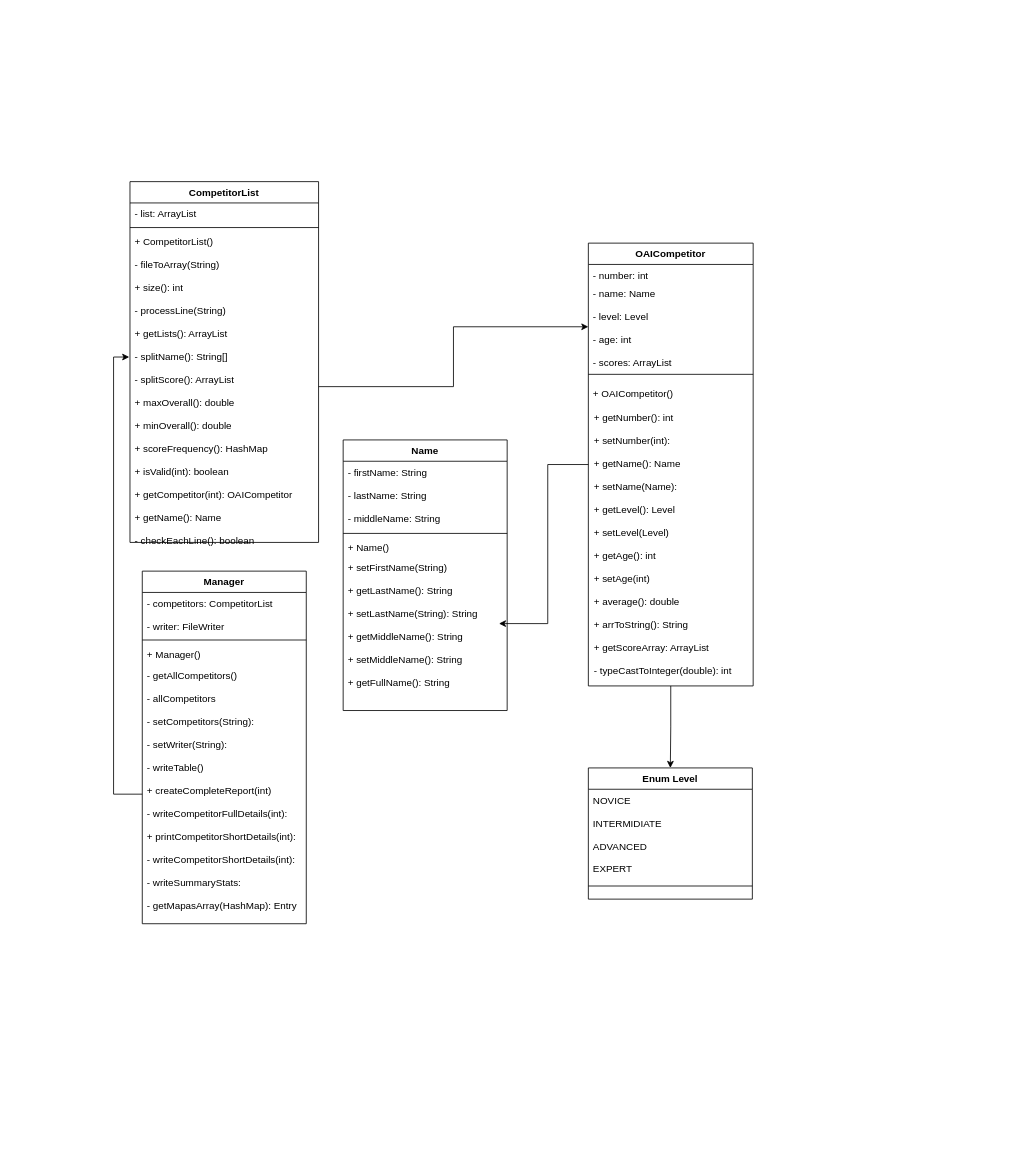
Above: Untitled Diagram.drawio in AkinwandeVue/DemoApp (draw.io), before the change. Source tidied: cells renumbered, new cells numbered last; positions are measured from the earlier drawing's top-left corner, leaving out a move shared by most shapes. Both pictures are drawn from the tidied source at 82%, with x=0, y=0 at pixel (130, 181).
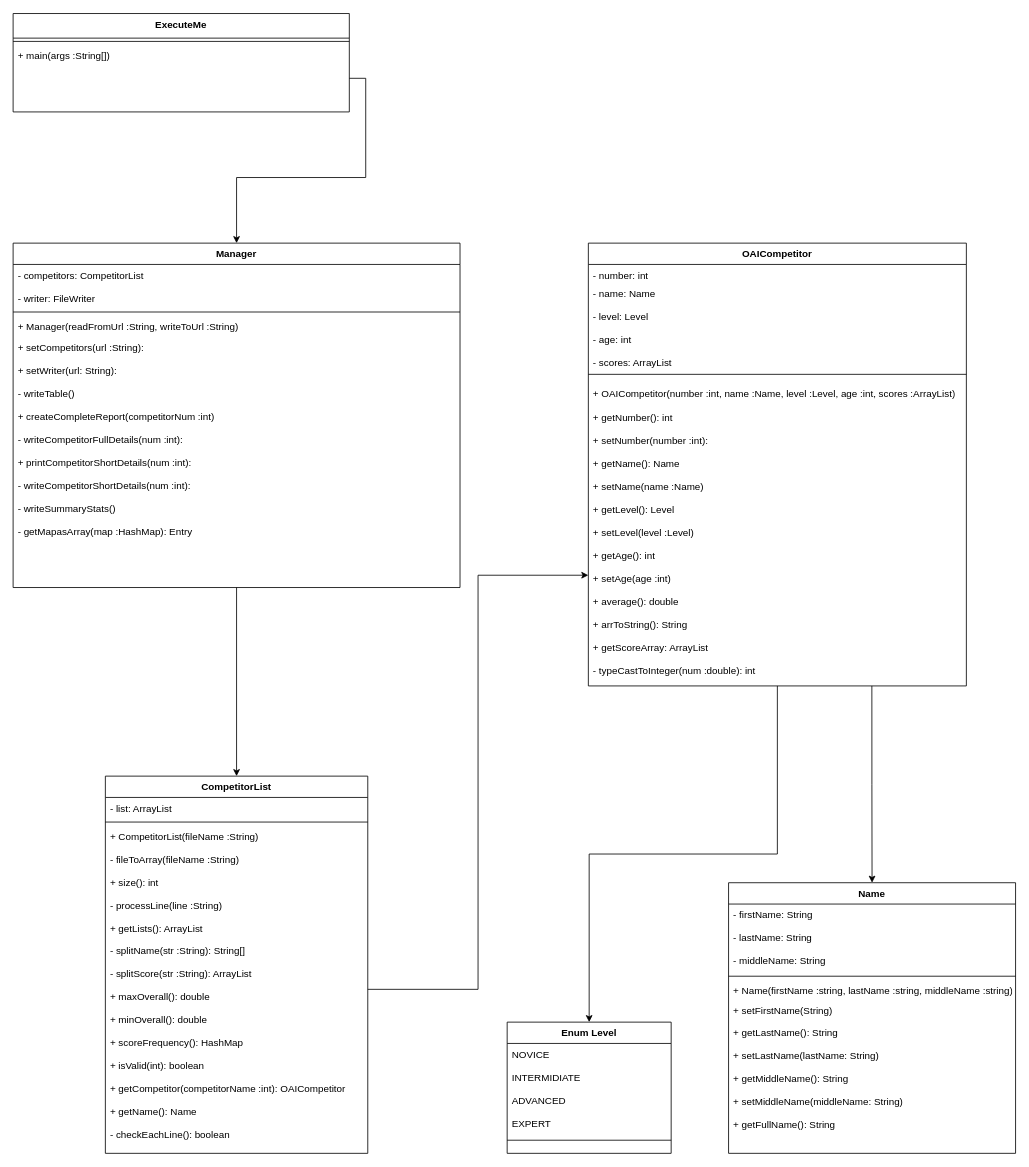
After the change.

The edit, as a diff of the source:
```diff
@@
+    <mxCell id="6" value="+ getNumber(): int&#10;&#10;+ setNumber(number :int):&#10;&#10;+ getName(): Name&#10;&#10;+ setName(name :Name)&#10;&#10;+ getLevel(): Level&#10;&#10;+ setLevel(level :Level)&#10;&#10;+ getAge(): int&#10;&#10;+ setAge(age :int)&#10;&#10;+ average(): double&#10;&#10;+ arrToString(): String&#10;&#10;+ getScoreArray: ArrayList&#10;&#10;- typeCastToInteger(num :double): int" style="text;align=left;verticalAlign=top;spacingLeft=4;spacingRight=4;overflow=hidden;" parent="1" vertex="1">
+      <mxGeometry x="559" y="275" width="461" height="340" as="geometry" />
+    </mxCell>
+    <mxCell id="7" value="+ OAICompetitor(number :int, name :Name, level :Level, age :int, scores :ArrayList)" style="text;align=left;verticalAlign=top;spacingLeft=4;spacingRight=4;overflow=hidden;fontStyle=0;" parent="1" vertex="1">
+      <mxGeometry x="559" y="245" width="451" height="20" as="geometry" />
+    </mxCell>
+    <mxCell id="9" style="edgeStyle=orthogonalEdgeStyle;rounded=0;jettySize=auto;html=1;exitX=0.5;exitY=1;exitDx=0;exitDy=0;entryX=0.5;entryY=0;entryDx=0;entryDy=0;" parent="1" edge="1" source="10" target="14">
+      <mxGeometry relative="1" as="geometry" />
+    </mxCell>
+    <mxCell id="29" style="edgeStyle=orthogonalEdgeStyle;rounded=0;jettySize=auto;html=1;exitX=0.75;exitY=1;exitDx=0;exitDy=0;entryX=0.5;entryY=0;entryDx=0;entryDy=0;" parent="1" edge="1" source="10" target="24">
+      <mxGeometry relative="1" as="geometry" />
+    </mxCell>
+    <mxCell id="10" value="OAICompetitor" style="swimlane;fontStyle=1;align=center;verticalAlign=top;horizontal=1;startSize=26;rounded=0;shadow=0;strokeWidth=1;" parent="1" vertex="1">
+      <mxGeometry x="559" y="75" width="461" height="540" as="geometry" />
+    </mxCell>
+    <mxCell id="11" value="- number: int&#10;&#10;&#10;" style="text;align=left;verticalAlign=top;spacingLeft=4;spacingRight=4;overflow=hidden;" parent="10" vertex="1">
+      <mxGeometry y="26" width="461" height="22" as="geometry" />
+    </mxCell>
+    <mxCell id="12" value="- name: Name&#10;&#10;- level: Level&#10;&#10;- age: int&#10;&#10;- scores: ArrayList&#10;&#10;&#10;" style="text;align=left;verticalAlign=top;spacingLeft=4;spacingRight=4;overflow=hidden;points=[[0,0.5],[1,0.5]];portConstraint=eastwest;rounded=0;shadow=0;html=0;" parent="10" vertex="1">
+      <mxGeometry y="48" width="461" height="108" as="geometry" />
+    </mxCell>
+    <mxCell id="13" style="line;html=1;strokeWidth=1;align=left;verticalAlign=middle;spacingTop=-1;spacingLeft=3;spacingRight=3;labelPosition=right;" parent="10" vertex="1">
+      <mxGeometry y="156" width="461" height="8" as="geometry" />
+    </mxCell>
+    <mxCell id="30" style="edgeStyle=orthogonalEdgeStyle;rounded=0;jettySize=auto;html=1;exitX=0.5;exitY=1;exitDx=0;exitDy=0;entryX=0.5;entryY=0;entryDx=0;entryDy=0;" parent="1" edge="1" source="17" target="2">
+      <mxGeometry relative="1" as="geometry" />
+    </mxCell>
     <mxCell id="2" value="CompetitorList" style="swimlane;fontStyle=1;align=center;verticalAlign=top;horizontal=1;startSize=26;rounded=0;shadow=0;strokeWidth=1;" parent="1" vertex="1">
-      <mxGeometry width="230" height="440" as="geometry" />
+      <mxGeometry x="-30" y="725" width="320" height="460" as="geometry" />
     </mxCell>
     <mxCell id="3" value="- list: ArrayList" style="text;align=left;verticalAlign=top;spacingLeft=4;spacingRight=4;overflow=hidden;" parent="2" vertex="1">
-      <mxGeometry y="26" width="230" height="26" as="geometry" />
+      <mxGeometry y="26" width="320" height="26" as="geometry" />
     </mxCell>
     <mxCell id="4" style="line;html=1;strokeWidth=1;align=left;verticalAlign=middle;spacingTop=-1;spacingLeft=3;spacingRight=3;labelPosition=right;" parent="2" vertex="1">
-      <mxGeometry y="52" width="230" height="8" as="geometry" />
+      <mxGeometry y="52" width="320" height="8" as="geometry" />
     </mxCell>
-    <mxCell id="5" value="+ CompetitorList()&#10;&#10;- fileToArray(String)&#10;&#10;+ size(): int&#10;&#10;- processLine(String)&#10;&#10;+ getLists(): ArrayList&#10;&#10;- splitName(): String[]&#10;&#10;- splitScore(): ArrayList&#10;&#10;+ maxOverall(): double&#10;&#10;+ minOverall(): double&#10;&#10;+ scoreFrequency(): HashMap&#10;&#10;+ isValid(int): boolean&#10;&#10;+ getCompetitor(int): OAICompetitor&#10;&#10;+ getName(): Name&#10;&#10;- checkEachLine(): boolean" style="text;align=left;verticalAlign=top;spacingLeft=4;spacingRight=4;overflow=hidden;points=[[0,0.5],[1,0.5]];portConstraint=eastwest;" parent="2" vertex="1">
-      <mxGeometry y="60" width="230" height="380" as="geometry" />
+    <mxCell id="5" value="+ CompetitorList(fileName :String)&#10;&#10;- fileToArray(fileName :String)&#10;&#10;+ size(): int&#10;&#10;- processLine(line :String)&#10;&#10;+ getLists(): ArrayList&#10;&#10;- splitName(str :String): String[]&#10;&#10;- splitScore(str :String): ArrayList&#10;&#10;+ maxOverall(): double&#10;&#10;+ minOverall(): double&#10;&#10;+ scoreFrequency(): HashMap&#10;&#10;+ isValid(int): boolean&#10;&#10;+ getCompetitor(competitorName :int): OAICompetitor&#10;&#10;+ getName(): Name&#10;&#10;- checkEachLine(): boolean" style="text;align=left;verticalAlign=top;spacingLeft=4;spacingRight=4;overflow=hidden;points=[[0,0.5],[1,0.5]];portConstraint=eastwest;" parent="2" vertex="1">
+      <mxGeometry y="60" width="320" height="400" as="geometry" />
     </mxCell>
-    <mxCell id="6" value="+ getNumber(): int&#10;&#10;+ setNumber(int):&#10;&#10;+ getName(): Name&#10;&#10;+ setName(Name):&#10;&#10;+ getLevel(): Level&#10;&#10;+ setLevel(Level)&#10;&#10;+ getAge(): int&#10;&#10;+ setAge(int)&#10;&#10;+ average(): double&#10;&#10;+ arrToString(): String&#10;&#10;+ getScoreArray: ArrayList&#10;&#10;- typeCastToInteger(double): int" style="text;align=left;verticalAlign=top;spacingLeft=4;spacingRight=4;overflow=hidden;" parent="1" vertex="1">
-      <mxGeometry x="560" y="275" width="200" height="340" as="geometry" />
-    </mxCell>
-    <mxCell id="7" value="+ OAICompetitor()" style="text;align=left;verticalAlign=top;spacingLeft=4;spacingRight=4;overflow=hidden;fontStyle=0;" parent="1" vertex="1">
-      <mxGeometry x="559" y="245" width="160" height="30" as="geometry" />
-    </mxCell>
-    <mxCell id="8" style="edgeStyle=orthogonalEdgeStyle;rounded=0;jettySize=auto;html=1;exitX=0;exitY=0.5;exitDx=0;exitDy=0;entryX=0.95;entryY=0.506;entryDx=0;entryDy=0;entryPerimeter=0;" parent="1" edge="1" source="10" target="28">
-      <mxGeometry relative="1" as="geometry" />
-    </mxCell>
-    <mxCell id="9" style="edgeStyle=orthogonalEdgeStyle;rounded=0;jettySize=auto;html=1;exitX=0.5;exitY=1;exitDx=0;exitDy=0;entryX=0.5;entryY=0;entryDx=0;entryDy=0;" parent="1" edge="1" source="10" target="14">
-      <mxGeometry relative="1" as="geometry" />
-    </mxCell>
-    <mxCell id="10" value="OAICompetitor" style="swimlane;fontStyle=1;align=center;verticalAlign=top;horizontal=1;startSize=26;rounded=0;shadow=0;strokeWidth=1;" parent="1" vertex="1">
-      <mxGeometry x="559" y="75" width="201" height="540" as="geometry" />
-    </mxCell>
-    <mxCell id="11" value="- number: int&#10;&#10;&#10;" style="text;align=left;verticalAlign=top;spacingLeft=4;spacingRight=4;overflow=hidden;" parent="10" vertex="1">
-      <mxGeometry y="26" width="201" height="22" as="geometry" />
-    </mxCell>
-    <mxCell id="12" value="- name: Name&#10;&#10;- level: Level&#10;&#10;- age: int&#10;&#10;- scores: ArrayList&#10;&#10;&#10;" style="text;align=left;verticalAlign=top;spacingLeft=4;spacingRight=4;overflow=hidden;points=[[0,0.5],[1,0.5]];portConstraint=eastwest;rounded=0;shadow=0;html=0;" parent="10" vertex="1">
-      <mxGeometry y="48" width="201" height="108" as="geometry" />
-    </mxCell>
-    <mxCell id="13" style="line;html=1;strokeWidth=1;align=left;verticalAlign=middle;spacingTop=-1;spacingLeft=3;spacingRight=3;labelPosition=right;" parent="10" vertex="1">
-      <mxGeometry y="156" width="201" height="8" as="geometry" />
-    </mxCell>
+    <mxCell id="31" style="edgeStyle=orthogonalEdgeStyle;rounded=0;jettySize=auto;html=1;exitX=1;exitY=0.5;exitDx=0;exitDy=0;entryX=0;entryY=0.75;entryDx=0;entryDy=0;" parent="1" edge="1" source="5" target="10">
+      <mxGeometry relative="1" as="geometry" />
+    </mxCell>
+    <mxCell id="24" value="Name" style="swimlane;fontStyle=1;align=center;verticalAlign=top;horizontal=1;startSize=26;rounded=0;shadow=0;strokeWidth=1;" parent="1" vertex="1">
+      <mxGeometry x="730" y="855" width="350" height="330" as="geometry" />
+    </mxCell>
+    <mxCell id="25" value="- firstName: String&#10;&#10;- lastName: String&#10;&#10;- middleName: String" style="text;align=left;verticalAlign=top;spacingLeft=4;spacingRight=4;overflow=hidden;rounded=0;shadow=0;html=0;" parent="24" vertex="1">
+      <mxGeometry y="26" width="350" height="84" as="geometry" />
+    </mxCell>
+    <mxCell id="26" style="line;html=1;strokeWidth=1;align=left;verticalAlign=middle;spacingTop=-1;spacingLeft=3;spacingRight=3;labelPosition=right;" parent="24" vertex="1">
+      <mxGeometry y="110" width="350" height="8" as="geometry" />
+    </mxCell>
+    <mxCell id="27" value="+ Name(firstName :string, lastName :string, middleName :string)" style="text;align=left;verticalAlign=top;spacingLeft=4;spacingRight=4;overflow=hidden;" parent="24" vertex="1">
+      <mxGeometry y="118" width="350" height="24" as="geometry" />
+    </mxCell>
+    <mxCell id="28" value="+ setFirstName(String)&#10;&#10;+ getLastName(): String&#10;&#10;+ setLastName(lastName: String)&#10;&#10;+ getMiddleName(): String&#10;&#10;+ setMiddleName(middleName: String)&#10;&#10;+ getFullName(): String" style="text;align=left;verticalAlign=top;spacingLeft=4;spacingRight=4;overflow=hidden;points=[[0,0.5],[1,0.5]];portConstraint=eastwest;" parent="24" vertex="1">
+      <mxGeometry y="142" width="350" height="164" as="geometry" />
+    </mxCell>
     <mxCell id="14" value="Enum Level" style="swimlane;fontStyle=1;align=center;verticalAlign=top;horizontal=1;startSize=26;rounded=0;shadow=0;strokeWidth=1;" parent="1" vertex="1">
-      <mxGeometry x="559" y="715" width="200" height="160" as="geometry" />
+      <mxGeometry x="460" y="1025" width="200" height="160" as="geometry" />
     </mxCell>
@@
     <mxCell id="17" value="Manager" style="swimlane;fontStyle=1;align=center;verticalAlign=top;horizontal=1;startSize=26;rounded=0;shadow=0;strokeWidth=1;" parent="1" vertex="1">
-      <mxGeometry x="15" y="475" width="200" height="430" as="geometry" />
+      <mxGeometry x="-142.5" y="75" width="545" height="420" as="geometry" />
     </mxCell>
     <mxCell id="18" value="- competitors: CompetitorList&#10;&#10;- writer: FileWriter&#10;" style="text;align=left;verticalAlign=top;spacingLeft=4;spacingRight=4;overflow=hidden;rounded=0;shadow=0;html=0;" parent="17" vertex="1">
-      <mxGeometry y="26" width="200" height="54" as="geometry" />
+      <mxGeometry y="26" width="545" height="54" as="geometry" />
     </mxCell>
     <mxCell id="19" style="line;html=1;strokeWidth=1;align=left;verticalAlign=middle;spacingTop=-1;spacingLeft=3;spacingRight=3;labelPosition=right;" parent="17" vertex="1">
-      <mxGeometry y="80" width="200" height="8" as="geometry" />
+      <mxGeometry y="80" width="545" height="8" as="geometry" />
     </mxCell>
-    <mxCell id="20" value="+ Manager()" style="text;align=left;verticalAlign=top;spacingLeft=4;spacingRight=4;overflow=hidden;" parent="17" vertex="1">
-      <mxGeometry y="88" width="200" height="26" as="geometry" />
+    <mxCell id="20" value="+ Manager(readFromUrl :String, writeToUrl :String)" style="text;align=left;verticalAlign=top;spacingLeft=4;spacingRight=4;overflow=hidden;" parent="17" vertex="1">
+      <mxGeometry y="88" width="545" height="26" as="geometry" />
     </mxCell>
-    <mxCell id="21" value="- getAllCompetitors()&#10;&#10;- allCompetitors&#10;&#10;- setCompetitors(String):  &#10;&#10;- setWriter(String):&#10;&#10;- writeTable()&#10;&#10;+ createCompleteReport(int)&#10;&#10;- writeCompetitorFullDetails(int):&#10;&#10;+ printCompetitorShortDetails(int):&#10;&#10;- writeCompetitorShortDetails(int):&#10;&#10;- writeSummaryStats:&#10;&#10;- getMapasArray(HashMap): Entry" style="text;align=left;verticalAlign=top;spacingLeft=4;spacingRight=4;overflow=hidden;points=[[0,0.5],[1,0.5]];portConstraint=eastwest;" parent="17" vertex="1">
-      <mxGeometry y="114" width="200" height="316" as="geometry" />
+    <mxCell id="21" value="+ setCompetitors(url :String):  &#10;&#10;+ setWriter(url: String):&#10;&#10;- writeTable()&#10;&#10;+ createCompleteReport(competitorNum :int)&#10;&#10;- writeCompetitorFullDetails(num :int):&#10;&#10;+ printCompetitorShortDetails(num :int):&#10;&#10;- writeCompetitorShortDetails(num :int):&#10;&#10;- writeSummaryStats()&#10;&#10;- getMapasArray(map :HashMap): Entry" style="text;align=left;verticalAlign=top;spacingLeft=4;spacingRight=4;overflow=hidden;points=[[0,0.5],[1,0.5]];portConstraint=eastwest;" parent="17" vertex="1">
+      <mxGeometry y="114" width="545" height="266" as="geometry" />
     </mxCell>
-    <mxCell id="22" style="edgeStyle=orthogonalEdgeStyle;rounded=0;jettySize=auto;html=1;exitX=0;exitY=0.5;exitDx=0;exitDy=0;entryX=-0.004;entryY=0.405;entryDx=0;entryDy=0;entryPerimeter=0;" parent="1" edge="1" source="21" target="5">
-      <mxGeometry relative="1" as="geometry" />
-    </mxCell>
-    <mxCell id="23" style="edgeStyle=orthogonalEdgeStyle;rounded=0;jettySize=auto;html=1;exitX=1;exitY=0.5;exitDx=0;exitDy=0;entryX=0;entryY=0.5;entryDx=0;entryDy=0;" parent="1" edge="1" source="5" target="12">
-      <mxGeometry relative="1" as="geometry" />
-    </mxCell>
-    <mxCell id="24" value="Name" style="swimlane;fontStyle=1;align=center;verticalAlign=top;horizontal=1;startSize=26;rounded=0;shadow=0;strokeWidth=1;" parent="1" vertex="1">
-      <mxGeometry x="260" y="315" width="200" height="330" as="geometry" />
-    </mxCell>
-    <mxCell id="25" value="- firstName: String&#10;&#10;- lastName: String&#10;&#10;- middleName: String" style="text;align=left;verticalAlign=top;spacingLeft=4;spacingRight=4;overflow=hidden;rounded=0;shadow=0;html=0;" parent="24" vertex="1">
-      <mxGeometry y="26" width="200" height="84" as="geometry" />
-    </mxCell>
-    <mxCell id="26" style="line;html=1;strokeWidth=1;align=left;verticalAlign=middle;spacingTop=-1;spacingLeft=3;spacingRight=3;labelPosition=right;" parent="24" vertex="1">
-      <mxGeometry y="110" width="200" height="8" as="geometry" />
-    </mxCell>
-    <mxCell id="27" value="+ Name()" style="text;align=left;verticalAlign=top;spacingLeft=4;spacingRight=4;overflow=hidden;" parent="24" vertex="1">
-      <mxGeometry y="118" width="200" height="24" as="geometry" />
-    </mxCell>
-    <mxCell id="28" value="+ setFirstName(String)&#10;&#10;+ getLastName(): String&#10;&#10;+ setLastName(String): String&#10;&#10;+ getMiddleName(): String&#10;&#10;+ setMiddleName(): String&#10;&#10;+ getFullName(): String" style="text;align=left;verticalAlign=top;spacingLeft=4;spacingRight=4;overflow=hidden;points=[[0,0.5],[1,0.5]];portConstraint=eastwest;" parent="24" vertex="1">
-      <mxGeometry y="142" width="200" height="162" as="geometry" />
-    </mxCell>
+    <mxCell id="32" style="edgeStyle=orthogonalEdgeStyle;rounded=0;jettySize=auto;html=1;exitX=1;exitY=0.5;exitDx=0;exitDy=0;entryX=0.5;entryY=0;entryDx=0;entryDy=0;" parent="1" edge="1" source="35" target="17">
+      <mxGeometry relative="1" as="geometry" />
+    </mxCell>
+    <mxCell id="33" value="ExecuteMe" style="swimlane;fontStyle=1;align=center;verticalAlign=top;horizontal=1;startSize=30;" parent="1" vertex="1">
+      <mxGeometry x="-142.5" y="-205" width="410" height="120" as="geometry" />
+    </mxCell>
+    <mxCell id="34" style="line;strokeWidth=1;fillColor=none;align=left;verticalAlign=middle;spacingTop=-1;spacingLeft=3;spacingRight=3;labelPosition=right;" parent="33" vertex="1">
+      <mxGeometry y="30" width="410" height="8" as="geometry" />
+    </mxCell>
+    <mxCell id="35" value="+ main(args :String[])" style="text;strokeColor=none;fillColor=none;align=left;verticalAlign=top;spacingLeft=4;spacingRight=4;overflow=hidden;points=[[0,0.5],[1,0.5]];portConstraint=eastwest;" parent="33" vertex="1">
+      <mxGeometry y="38" width="410" height="82" as="geometry" />
+    </mxCell>
```
